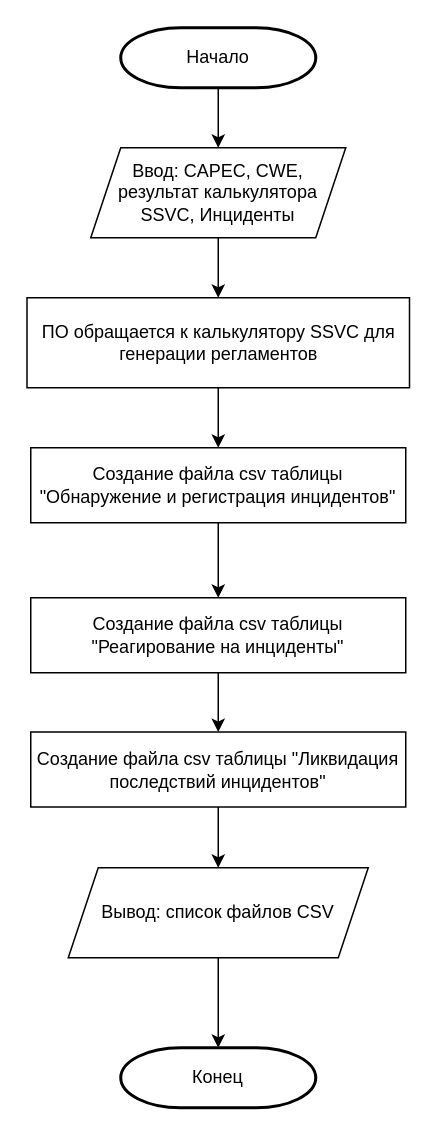
The draw.io diagram Algorithm_OPZ/(3. ЧР) 2. Алгоритм Генерация регламентов.drawio in SmirnovBogdan8/Diplom, before the edit. Source tidied: cells renumbered, new cells numbered last; positions are measured from the earlier drawing's top-left corner, leaving out a move shared by most shapes. Both pictures are drawn from the tidied source at 150%, with x=0, y=0 at pixel (27, 27).
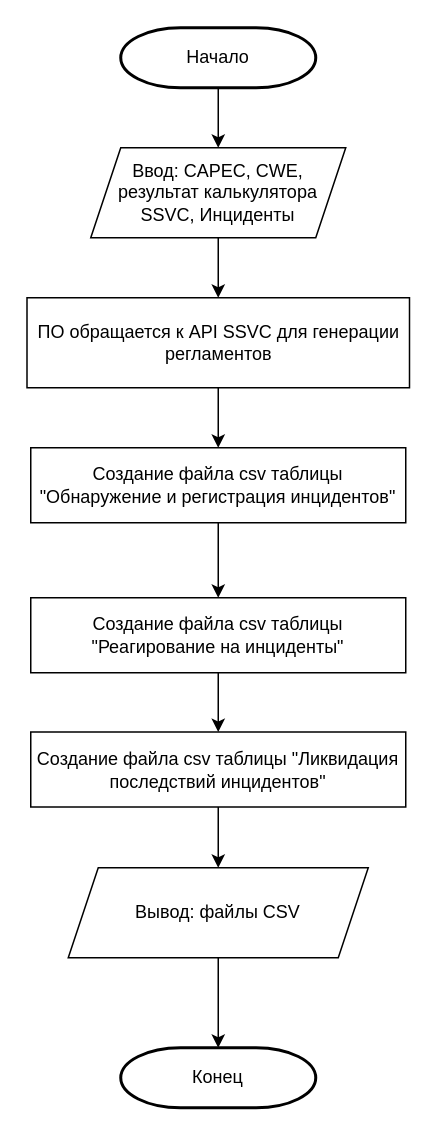
Above is the later version.

Diff of the diagram source:
```diff
@@
 <mxGraphModel>
   <root>
     <mxCell id="0" />
     <mxCell id="1" parent="0" />
     <mxCell id="2" style="edgeStyle=orthogonalEdgeStyle;rounded=0;jettySize=auto;html=1;" parent="1" edge="1" source="3" target="6">
       <mxGeometry relative="1" as="geometry" />
     </mxCell>
     <mxCell id="3" value="Начало" style="strokeWidth=2;html=1;shape=mxgraph.flowchart.terminator;whiteSpace=wrap;" parent="1" vertex="1">
       <mxGeometry x="62" width="130" height="40" as="geometry" />
     </mxCell>
     <mxCell id="4" value="Конец" style="strokeWidth=2;html=1;shape=mxgraph.flowchart.terminator;whiteSpace=wrap;" parent="1" vertex="1">
       <mxGeometry x="62" y="680" width="130" height="40" as="geometry" />
     </mxCell>
     <mxCell id="5" style="edgeStyle=orthogonalEdgeStyle;rounded=0;jettySize=auto;html=1;" parent="1" edge="1" source="6" target="8">
       <mxGeometry relative="1" as="geometry" />
     </mxCell>
     <mxCell id="6" value="Ввод: CAPEC, CWE, результат калькулятора SSVC, Инциденты" style="shape=parallelogram;perimeter=parallelogramPerimeter;whiteSpace=wrap;html=1;fixedSize=1;" parent="1" vertex="1">
       <mxGeometry x="42" y="80" width="170" height="60" as="geometry" />
     </mxCell>
     <mxCell id="7" style="edgeStyle=orthogonalEdgeStyle;rounded=0;jettySize=auto;html=1;" parent="1" edge="1" source="8" target="10">
       <mxGeometry relative="1" as="geometry" />
     </mxCell>
-    <mxCell id="8" value="ПО обращается к калькулятору SSVC для генерации регламентов" style="rounded=0;whiteSpace=wrap;html=1;" parent="1" vertex="1">
+    <mxCell id="8" value="ПО обращается к API SSVC для генерации регламентов" style="rounded=0;whiteSpace=wrap;html=1;" parent="1" vertex="1">
       <mxGeometry x="-0.5" y="180" width="255" height="60" as="geometry" />
     </mxCell>
     <mxCell id="9" style="edgeStyle=orthogonalEdgeStyle;rounded=0;jettySize=auto;html=1;" parent="1" edge="1" source="10" target="14">
       <mxGeometry relative="1" as="geometry" />
     </mxCell>
     <mxCell id="10" value="Создание файла csv таблицы &quot;Обнаружение и регистрация инцидентов&quot;" style="rounded=0;whiteSpace=wrap;html=1;" parent="1" vertex="1">
       <mxGeometry x="2" y="280" width="250" height="50" as="geometry" />
     </mxCell>
     <mxCell id="11" style="edgeStyle=orthogonalEdgeStyle;rounded=0;jettySize=auto;html=1;" parent="1" edge="1" source="12" target="4">
       <mxGeometry relative="1" as="geometry" />
     </mxCell>
-    <mxCell id="12" value="Вывод: список файлов CSV" style="shape=parallelogram;perimeter=parallelogramPerimeter;whiteSpace=wrap;html=1;fixedSize=1;" parent="1" vertex="1">
+    <mxCell id="12" value="Вывод: файлы CSV" style="shape=parallelogram;perimeter=parallelogramPerimeter;whiteSpace=wrap;html=1;fixedSize=1;" parent="1" vertex="1">
       <mxGeometry x="27" y="560" width="200" height="60" as="geometry" />
     </mxCell>
     <mxCell id="13" style="edgeStyle=orthogonalEdgeStyle;rounded=0;jettySize=auto;html=1;" parent="1" edge="1" source="14" target="16">
       <mxGeometry relative="1" as="geometry" />
     </mxCell>
     <mxCell id="14" value="Создание файла csv таблицы &quot;Реагирование на инциденты&quot;" style="rounded=0;whiteSpace=wrap;html=1;" parent="1" vertex="1">
       <mxGeometry x="2" y="380" width="250" height="50" as="geometry" />
     </mxCell>
     <mxCell id="15" style="edgeStyle=orthogonalEdgeStyle;rounded=0;jettySize=auto;html=1;" parent="1" edge="1" source="16" target="12">
       <mxGeometry relative="1" as="geometry" />
     </mxCell>
     <mxCell id="16" value="Создание файла csv таблицы &quot;Ликвидация последствий инцидентов&quot;" style="rounded=0;whiteSpace=wrap;html=1;" parent="1" vertex="1">
       <mxGeometry x="2" y="469.5" width="250" height="50" as="geometry" />
     </mxCell>
   </root>
 </mxGraphModel>
```
